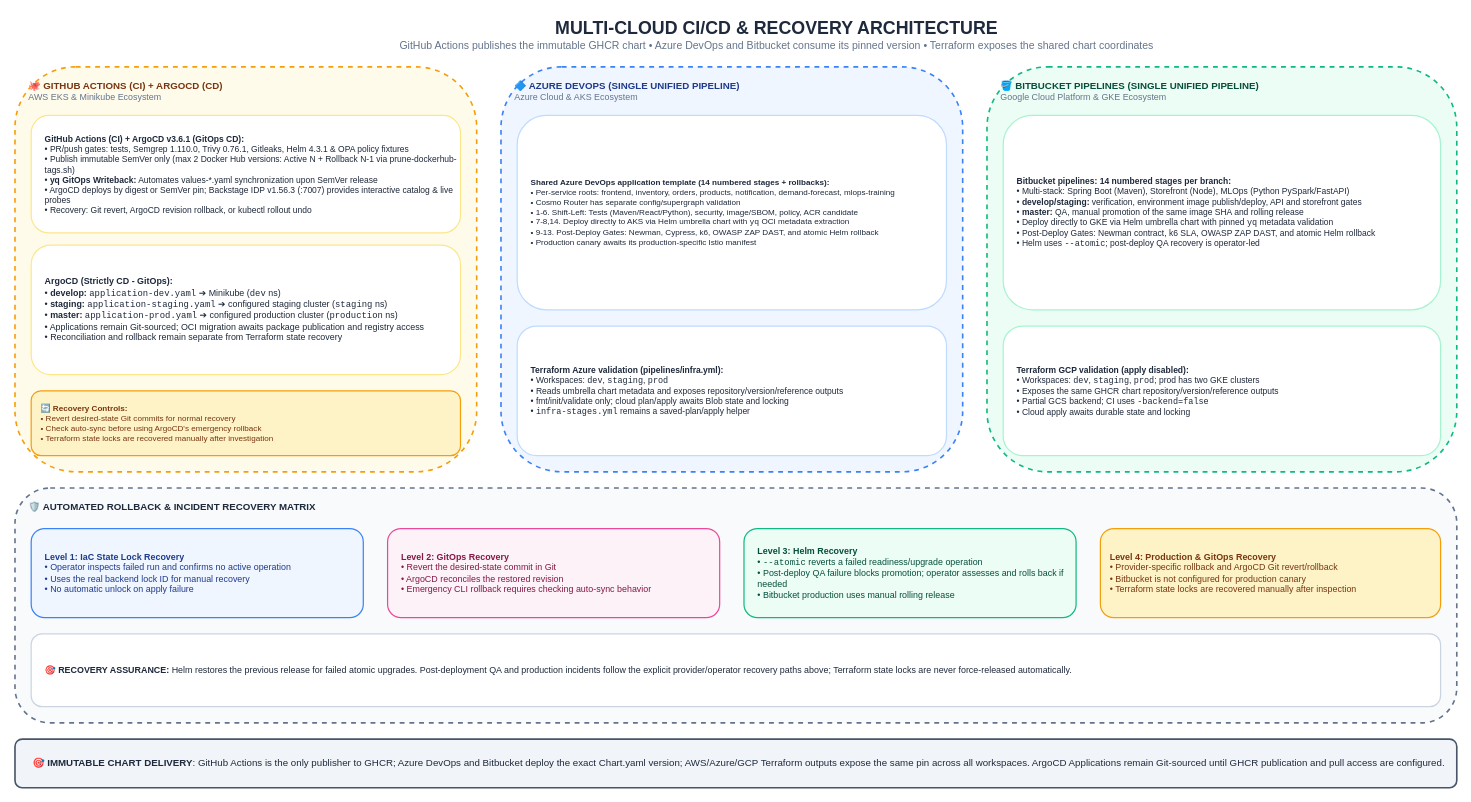
The draw.io diagram page "12. AWS CI/CD (GitHub Actions + ArgoCD) & Recovery" (12 of 20) of docs/Diagrams.drawio in GeorgeGxx/microservices-architecture, before the edit. Source tidied: cells renumbered, new cells numbered last; positions are measured from the earlier drawing's top-left corner, leaving out a move shared by most shapes. Both pictures are drawn from the tidied source at 81%, with x=0, y=0 at pixel (15, 14).
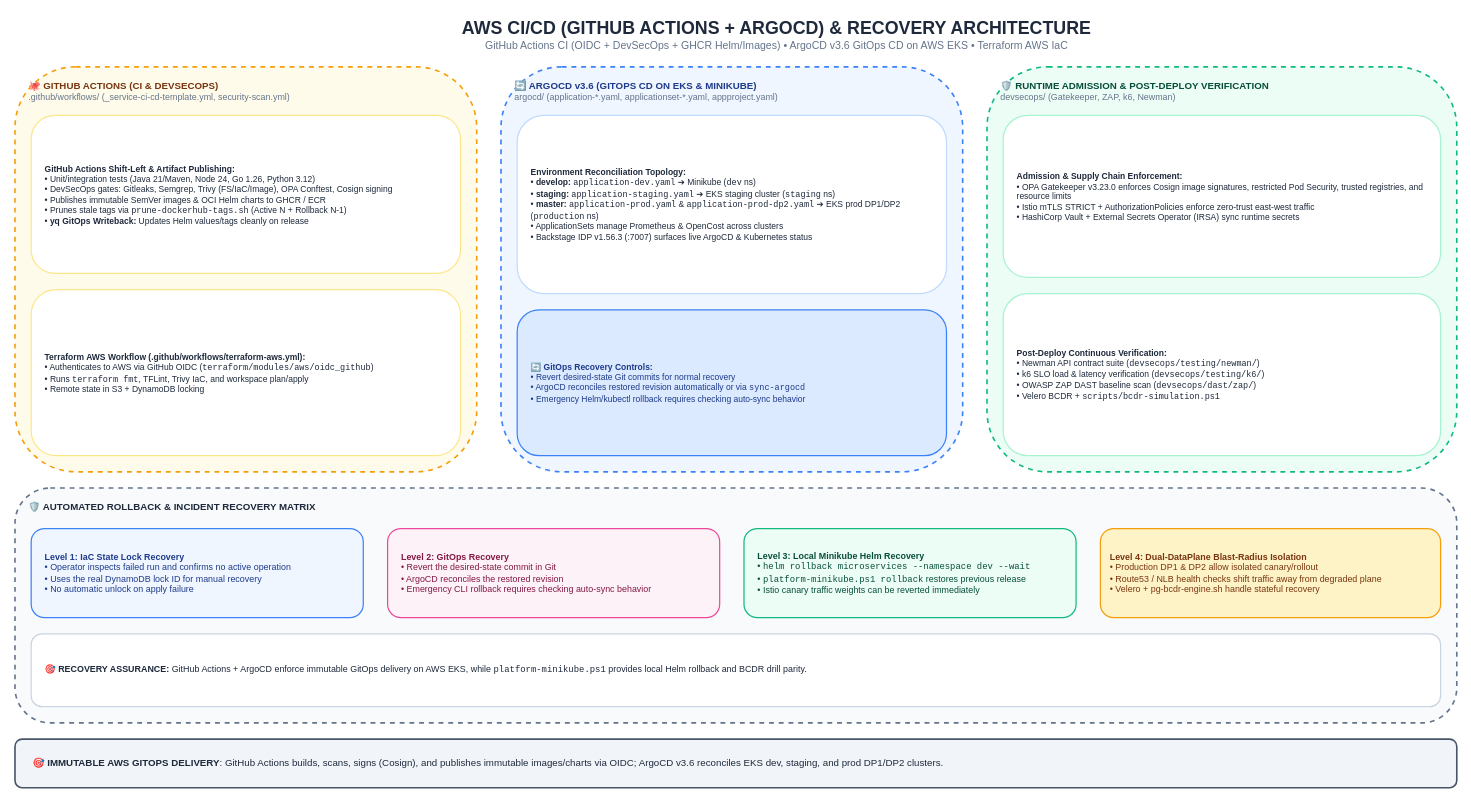
After the change.

Commit message (it also covers changes not shown here):
docs(drawio): sync Diagrams.drawio, README, mkdocs, and AWS cloud docs

Change to the diagram source:
```diff
@@
 <mxGraphModel>
   <root>
     <mxCell id="0" />
     <mxCell id="1" parent="0" />
-    <mxCell id="2" value="&lt;b style='font-size:22px;color:#1E293B;'&gt;MULTI-CLOUD CI/CD &amp; RECOVERY ARCHITECTURE&lt;/b&gt;&lt;br&gt;&lt;span style='font-size:13px;color:#64748B;'&gt;GitHub Actions publishes the immutable GHCR chart • Azure DevOps and Bitbucket consume its pinned version • Terraform exposes the shared chart coordinates&lt;/span&gt;" style="text;html=1;align=center;verticalAlign=middle;rounded=0;" parent="1" vertex="1">
+    <mxCell id="2" value="&lt;b style='font-size:22px;color:#1E293B;'&gt;AWS CI/CD (GITHUB ACTIONS + ARGOCD) &amp;amp; RECOVERY ARCHITECTURE&lt;/b&gt;&lt;br&gt;&lt;span style='font-size:13px;color:#64748B;'&gt;GitHub Actions CI (OIDC + DevSecOps + GHCR Helm/Images) • ArgoCD v3.6 GitOps CD on AWS EKS • Terraform AWS IaC&lt;/span&gt;" style="text;html=1;align=center;verticalAlign=middle;rounded=0;" parent="1" vertex="1">
       <mxGeometry x="240" width="1400" height="50" as="geometry" />
     </mxCell>
-    <mxCell id="3" value="&lt;b&gt;🐙 GITHUB ACTIONS (CI) + ARGOCD (CD)&lt;/b&gt;&lt;br&gt;&lt;span style='font-size:11px;color:#64748B;'&gt;AWS EKS &amp; Minikube Ecosystem&lt;/span&gt;" style="rounded=1;whiteSpace=wrap;html=1;fillColor=#FFFBEB;strokeColor=#F59E0B;strokeWidth=2;verticalAlign=top;align=left;spacingLeft=15;spacingTop=10;fontColor=#78350F;fontSize=12;dashed=1;" parent="1" vertex="1">
+    <mxCell id="3" value="&lt;b&gt;🐙 GITHUB ACTIONS (CI &amp;amp; DEVSECOPS)&lt;/b&gt;&lt;br&gt;&lt;span style='font-size:11px;color:#64748B;'&gt;.github/workflows/ (_service-ci-cd-template.yml, security-scan.yml)&lt;/span&gt;" style="rounded=1;whiteSpace=wrap;html=1;fillColor=#FFFBEB;strokeColor=#F59E0B;strokeWidth=2;verticalAlign=top;align=left;spacingLeft=15;spacingTop=10;fontColor=#78350F;fontSize=12;dashed=1;" parent="1" vertex="1">
       <mxGeometry y="65" width="570" height="500" as="geometry" />
     </mxCell>
-    <mxCell id="4" value="&lt;b&gt;GitHub Actions (CI) + ArgoCD v3.6.1 (GitOps CD):&lt;/b&gt;&lt;br&gt;• PR/push gates: tests, Semgrep 1.110.0, Trivy 0.76.1, Gitleaks, Helm 4.3.1 &amp;amp; OPA policy fixtures&lt;br&gt;• Publish immutable SemVer only (max 2 Docker Hub versions: Active N + Rollback N-1 via prune-dockerhub-tags.sh)&lt;br&gt;• &lt;b&gt;yq GitOps Writeback:&lt;/b&gt; Automates values-*.yaml synchronization upon SemVer release&lt;br&gt;• ArgoCD deploys by digest or SemVer pin; Backstage IDP v1.56.3 (:7007) provides interactive catalog &amp;amp; live probes&lt;br&gt;• Recovery: Git revert, ArgoCD revision rollback, or kubectl rollout undo" style="rounded=1;whiteSpace=wrap;html=1;fillColor=#FFFFFF;strokeColor=#FDE68A;strokeWidth=1.5;fontColor=#1E293B;fontSize=10.5;align=left;spacingLeft=15;" parent="1" vertex="1">
-      <mxGeometry x="20" y="125" width="530" height="145" as="geometry" />
+    <mxCell id="4" value="&lt;b&gt;GitHub Actions Shift-Left &amp;amp; Artifact Publishing:&lt;/b&gt;&lt;br&gt;• Unit/integration tests (Java 21/Maven, Node 24, Go 1.26, Python 3.12)&lt;br&gt;• DevSecOps gates: Gitleaks, Semgrep, Trivy (FS/IaC/Image), OPA Conftest, Cosign signing&lt;br&gt;• Publishes immutable SemVer images &amp;amp; OCI Helm charts to GHCR / ECR&lt;br&gt;• Prunes stale tags via &lt;code&gt;prune-dockerhub-tags.sh&lt;/code&gt; (Active N + Rollback N-1)&lt;br&gt;• &lt;b&gt;yq GitOps Writeback:&lt;/b&gt; Updates Helm values/tags cleanly on release" style="rounded=1;whiteSpace=wrap;html=1;fillColor=#FFFFFF;strokeColor=#FDE68A;strokeWidth=1.5;fontColor=#1E293B;fontSize=10.5;align=left;spacingLeft=15;" parent="1" vertex="1">
+      <mxGeometry x="20" y="125" width="530" height="195" as="geometry" />
     </mxCell>
+    <mxCell id="20" value="&lt;b&gt;Terraform AWS Workflow (.github/workflows/terraform-aws.yml):&lt;/b&gt;&lt;br&gt;• Authenticates to AWS via GitHub OIDC (&lt;code&gt;terraform/modules/aws/oidc_github&lt;/code&gt;)&lt;br&gt;• Runs &lt;code&gt;terraform fmt&lt;/code&gt;, TFLint, Trivy IaC, and workspace plan/apply&lt;br&gt;• Remote state in S3 + DynamoDB locking" style="rounded=1;whiteSpace=wrap;html=1;fillColor=#FFFFFF;strokeColor=#FDE68A;strokeWidth=1.5;fontColor=#1E293B;fontSize=10.5;align=left;spacingLeft=15;" parent="1" vertex="1">
+      <mxGeometry x="20" y="340" width="530" height="205" as="geometry" />
+    </mxCell>
+    <mxCell id="7" value="&lt;b&gt;🔄 ARGOCD v3.6 (GITOPS CD ON EKS &amp;amp; MINIKUBE)&lt;/b&gt;&lt;br&gt;&lt;span style='font-size:11px;color:#64748B;'&gt;argocd/ (application-*.yaml, applicationset-*.yaml, appproject.yaml)&lt;/span&gt;" style="rounded=1;whiteSpace=wrap;html=1;fillColor=#EFF6FF;strokeColor=#3B82F6;strokeWidth=2;verticalAlign=top;align=left;spacingLeft=15;spacingTop=10;fontColor=#1E3A8A;fontSize=12;dashed=1;" parent="1" vertex="1">
+      <mxGeometry x="600" y="65" width="570" height="500" as="geometry" />
+    </mxCell>
-    <mxCell id="5" value="&lt;b&gt;ArgoCD (Strictly CD - GitOps):&lt;/b&gt;&lt;br&gt;• &lt;b&gt;develop:&lt;/b&gt; &lt;code&gt;application-dev.yaml&lt;/code&gt; ➔ Minikube (&lt;code&gt;dev&lt;/code&gt; ns)&lt;br&gt;• &lt;b&gt;staging:&lt;/b&gt; &lt;code&gt;application-staging.yaml&lt;/code&gt; ➔ configured staging cluster (&lt;code&gt;staging&lt;/code&gt; ns)&lt;br&gt;• &lt;b&gt;master:&lt;/b&gt; &lt;code&gt;application-prod.yaml&lt;/code&gt; ➔ configured production cluster (&lt;code&gt;production&lt;/code&gt; ns)&lt;br&gt;• Applications remain Git-sourced; OCI migration awaits package publication and registry access&lt;br&gt;• Reconciliation and rollback remain separate from Terraform state recovery" style="rounded=1;whiteSpace=wrap;html=1;fillColor=#FFFFFF;strokeColor=#FDE68A;strokeWidth=1.5;fontColor=#1E293B;fontSize=11;align=left;spacingLeft=15;" parent="1" vertex="1">
-      <mxGeometry x="20" y="285" width="530" height="160" as="geometry" />
+    <mxCell id="5" value="&lt;b&gt;Environment Reconciliation Topology:&lt;/b&gt;&lt;br&gt;• &lt;b&gt;develop:&lt;/b&gt; &lt;code&gt;application-dev.yaml&lt;/code&gt; ➔ Minikube (&lt;code&gt;dev&lt;/code&gt; ns)&lt;br&gt;• &lt;b&gt;staging:&lt;/b&gt; &lt;code&gt;application-staging.yaml&lt;/code&gt; ➔ EKS staging cluster (&lt;code&gt;staging&lt;/code&gt; ns)&lt;br&gt;• &lt;b&gt;master:&lt;/b&gt; &lt;code&gt;application-prod.yaml&lt;/code&gt; &amp;amp; &lt;code&gt;application-prod-dp2.yaml&lt;/code&gt; ➔ EKS prod DP1/DP2 (&lt;code&gt;production&lt;/code&gt; ns)&lt;br&gt;• ApplicationSets manage Prometheus &amp;amp; OpenCost across clusters&lt;br&gt;• Backstage IDP v1.56.3 (:7007) surfaces live ArgoCD &amp;amp; Kubernetes status" style="rounded=1;whiteSpace=wrap;html=1;fillColor=#FFFFFF;strokeColor=#BFDBFE;strokeWidth=1.5;fontColor=#1E293B;fontSize=10.5;align=left;spacingLeft=15;" parent="1" vertex="1">
+      <mxGeometry x="620" y="125" width="530" height="220" as="geometry" />
     </mxCell>
-    <mxCell id="6" value="&lt;b&gt;🔄 Recovery Controls:&lt;/b&gt;&lt;br&gt;• Revert desired-state Git commits for normal recovery&lt;br&gt;• Check auto-sync before using ArgoCD's emergency rollback&lt;br&gt;• Terraform state locks are recovered manually after investigation" style="rounded=1;whiteSpace=wrap;html=1;fillColor=#FEF3C7;strokeColor=#F59E0B;strokeWidth=1.5;fontColor=#78350F;fontSize=10;align=left;spacingLeft=10;" parent="1" vertex="1">
-      <mxGeometry x="20" y="465" width="530" height="80" as="geometry" />
+    <mxCell id="6" value="&lt;b&gt;🔄 GitOps Recovery Controls:&lt;/b&gt;&lt;br&gt;• Revert desired-state Git commits for normal recovery&lt;br&gt;• ArgoCD reconciles restored revision automatically or via &lt;code&gt;sync-argocd&lt;/code&gt;&lt;br&gt;• Emergency Helm/kubectl rollback requires checking auto-sync behavior" style="rounded=1;whiteSpace=wrap;html=1;fillColor=#DBEAFE;strokeColor=#3B82F6;strokeWidth=1.5;fontColor=#1E3A8A;fontSize=10.5;align=left;spacingLeft=15;" parent="1" vertex="1">
+      <mxGeometry x="620" y="365" width="530" height="180" as="geometry" />
     </mxCell>
-    <mxCell id="7" value="&lt;b&gt;🔷 AZURE DEVOPS (SINGLE UNIFIED PIPELINE)&lt;/b&gt;&lt;br&gt;&lt;span style='font-size:11px;color:#64748B;'&gt;Azure Cloud &amp; AKS Ecosystem&lt;/span&gt;" style="rounded=1;whiteSpace=wrap;html=1;fillColor=#EFF6FF;strokeColor=#3B82F6;strokeWidth=2;verticalAlign=top;align=left;spacingLeft=15;spacingTop=10;fontColor=#1E3A8A;fontSize=12;dashed=1;" parent="1" vertex="1">
-      <mxGeometry x="600" y="65" width="570" height="500" as="geometry" />
-    </mxCell>
-    <mxCell id="8" value="&lt;b&gt;Shared Azure DevOps application template (14 numbered stages + rollbacks):&lt;/b&gt;&lt;br&gt;• Per-service roots: frontend, inventory, orders, products, notification, demand-forecast, mlops-training&lt;br&gt;• Cosmo Router has separate config/supergraph validation&lt;br&gt;• 1-6. Shift-Left: Tests (Maven/React/Python), security, image/SBOM, policy, ACR candidate&lt;br&gt;• 7-8,14. Deploy directly to AKS via Helm umbrella chart with &lt;code&gt;yq&lt;/code&gt; OCI metadata extraction&lt;br&gt;• 9-13. Post-Deploy Gates: Newman, Cypress, k6, OWASP ZAP DAST, and atomic Helm rollback&lt;br&gt;• Production canary awaits its production-specific Istio manifest" style="rounded=1;whiteSpace=wrap;html=1;fillColor=#FFFFFF;strokeColor=#BFDBFE;strokeWidth=1.5;fontColor=#1E293B;fontSize=10;align=left;spacingLeft=15;" parent="1" vertex="1">
-      <mxGeometry x="620" y="125" width="530" height="240" as="geometry" />
-    </mxCell>
-    <mxCell id="9" value="&lt;b&gt;Terraform Azure validation (pipelines/infra.yml):&lt;/b&gt;&lt;br&gt;• Workspaces: &lt;code&gt;dev&lt;/code&gt;, &lt;code&gt;staging&lt;/code&gt;, &lt;code&gt;prod&lt;/code&gt;&lt;br&gt;• Reads umbrella chart metadata and exposes repository/version/reference outputs&lt;br&gt;• fmt/init/validate only; cloud plan/apply awaits Blob state and locking&lt;br&gt;• &lt;code&gt;infra-stages.yml&lt;/code&gt; remains a saved-plan/apply helper" style="rounded=1;whiteSpace=wrap;html=1;fillColor=#FFFFFF;strokeColor=#BFDBFE;strokeWidth=1.5;fontColor=#1E293B;fontSize=10.5;align=left;spacingLeft=15;" parent="1" vertex="1">
-      <mxGeometry x="620" y="385" width="530" height="160" as="geometry" />
-    </mxCell>
-    <mxCell id="10" value="&lt;b&gt;🪣 BITBUCKET PIPELINES (SINGLE UNIFIED PIPELINE)&lt;/b&gt;&lt;br&gt;&lt;span style='font-size:11px;color:#64748B;'&gt;Google Cloud Platform &amp; GKE Ecosystem&lt;/span&gt;" style="rounded=1;whiteSpace=wrap;html=1;fillColor=#ECFDF5;strokeColor=#10B981;strokeWidth=2;verticalAlign=top;align=left;spacingLeft=15;spacingTop=10;fontColor=#064E3B;fontSize=12;dashed=1;" parent="1" vertex="1">
+    <mxCell id="10" value="&lt;b&gt;🛡️ RUNTIME ADMISSION &amp;amp; POST-DEPLOY VERIFICATION&lt;/b&gt;&lt;br&gt;&lt;span style='font-size:11px;color:#64748B;'&gt;devsecops/ (Gatekeeper, ZAP, k6, Newman)&lt;/span&gt;" style="rounded=1;whiteSpace=wrap;html=1;fillColor=#ECFDF5;strokeColor=#10B981;strokeWidth=2;verticalAlign=top;align=left;spacingLeft=15;spacingTop=10;fontColor=#064E3B;fontSize=12;dashed=1;" parent="1" vertex="1">
       <mxGeometry x="1200" y="65" width="580" height="500" as="geometry" />
     </mxCell>
-    <mxCell id="11" value="&lt;b&gt;Bitbucket pipelines: 14 numbered stages per branch:&lt;/b&gt;&lt;br&gt;• Multi-stack: Spring Boot (Maven), Storefront (Node), MLOps (Python PySpark/FastAPI)&lt;br&gt;• &lt;b&gt;develop/staging:&lt;/b&gt; verification, environment image publish/deploy, API and storefront gates&lt;br&gt;• &lt;b&gt;master:&lt;/b&gt; QA, manual promotion of the same image SHA and rolling release&lt;br&gt;• Deploy directly to GKE via Helm umbrella chart with pinned &lt;code&gt;yq&lt;/code&gt; metadata validation&lt;br&gt;• Post-Deploy Gates: Newman contract, k6 SLA, OWASP ZAP DAST, and atomic Helm rollback&lt;br&gt;• Helm uses &lt;code&gt;--atomic&lt;/code&gt;; post-deploy QA recovery is operator-led" style="rounded=1;whiteSpace=wrap;html=1;fillColor=#FFFFFF;strokeColor=#A7F3D0;strokeWidth=1.5;fontColor=#1E293B;fontSize=10.5;align=left;spacingLeft=15;" parent="1" vertex="1">
-      <mxGeometry x="1220" y="125" width="540" height="240" as="geometry" />
+    <mxCell id="11" value="&lt;b&gt;Admission &amp;amp; Supply Chain Enforcement:&lt;/b&gt;&lt;br&gt;• OPA Gatekeeper v3.23.0 enforces Cosign image signatures, restricted Pod Security, trusted registries, and resource limits&lt;br&gt;• Istio mTLS STRICT + AuthorizationPolicies enforce zero-trust east-west traffic&lt;br&gt;• HashiCorp Vault + External Secrets Operator (IRSA) sync runtime secrets" style="rounded=1;whiteSpace=wrap;html=1;fillColor=#FFFFFF;strokeColor=#A7F3D0;strokeWidth=1.5;fontColor=#1E293B;fontSize=10.5;align=left;spacingLeft=15;" parent="1" vertex="1">
+      <mxGeometry x="1220" y="125" width="540" height="200" as="geometry" />
     </mxCell>
-    <mxCell id="12" value="&lt;b&gt;Terraform GCP validation (apply disabled):&lt;/b&gt;&lt;br&gt;• Workspaces: &lt;code&gt;dev&lt;/code&gt;, &lt;code&gt;staging&lt;/code&gt;, &lt;code&gt;prod&lt;/code&gt;; prod has two GKE clusters&lt;br&gt;• Exposes the same GHCR chart repository/version/reference outputs&lt;br&gt;• Partial GCS backend; CI uses &lt;code&gt;-backend=false&lt;/code&gt;&lt;br&gt;• Cloud apply awaits durable state and locking" style="rounded=1;whiteSpace=wrap;html=1;fillColor=#FFFFFF;strokeColor=#A7F3D0;strokeWidth=1.5;fontColor=#1E293B;fontSize=10.5;align=left;spacingLeft=15;" parent="1" vertex="1">
-      <mxGeometry x="1220" y="385" width="540" height="160" as="geometry" />
+    <mxCell id="12" value="&lt;b&gt;Post-Deploy Continuous Verification:&lt;/b&gt;&lt;br&gt;• Newman API contract suite (&lt;code&gt;devsecops/testing/newman/&lt;/code&gt;)&lt;br&gt;• k6 SLO load &amp;amp; latency verification (&lt;code&gt;devsecops/testing/k6/&lt;/code&gt;)&lt;br&gt;• OWASP ZAP DAST baseline scan (&lt;code&gt;devsecops/dast/zap/&lt;/code&gt;)&lt;br&gt;• Velero BCDR + &lt;code&gt;scripts/bcdr-simulation.ps1&lt;/code&gt;" style="rounded=1;whiteSpace=wrap;html=1;fillColor=#FFFFFF;strokeColor=#A7F3D0;strokeWidth=1.5;fontColor=#1E293B;fontSize=10.5;align=left;spacingLeft=15;" parent="1" vertex="1">
+      <mxGeometry x="1220" y="345" width="540" height="200" as="geometry" />
     </mxCell>
     <mxCell id="13" value="&lt;b&gt;🛡️ AUTOMATED ROLLBACK &amp; INCIDENT RECOVERY MATRIX&lt;/b&gt;" style="rounded=1;whiteSpace=wrap;html=1;fillColor=#F8FAFC;strokeColor=#64748B;strokeWidth=2;verticalAlign=top;align=left;spacingLeft=15;spacingTop=10;fontColor=#1E293B;fontSize=12;dashed=1;" parent="1" vertex="1">
       <mxGeometry y="585" width="1780" height="290" as="geometry" />
     </mxCell>
-    <mxCell id="14" value="&lt;b&gt;Level 1: IaC State Lock Recovery&lt;/b&gt;&lt;br&gt;• Operator inspects failed run and confirms no active operation&lt;br&gt;• Uses the real backend lock ID for manual recovery&lt;br&gt;• No automatic unlock on apply failure" style="rounded=1;whiteSpace=wrap;html=1;fillColor=#EFF6FF;strokeColor=#3B82F6;strokeWidth=1.5;fontColor=#1E3A8A;fontSize=11;align=left;spacingLeft=15;" parent="1" vertex="1">
+    <mxCell id="14" value="&lt;b&gt;Level 1: IaC State Lock Recovery&lt;/b&gt;&lt;br&gt;• Operator inspects failed run and confirms no active operation&lt;br&gt;• Uses the real DynamoDB lock ID for manual recovery&lt;br&gt;• No automatic unlock on apply failure" style="rounded=1;whiteSpace=wrap;html=1;fillColor=#EFF6FF;strokeColor=#3B82F6;strokeWidth=1.5;fontColor=#1E3A8A;fontSize=11;align=left;spacingLeft=15;" parent="1" vertex="1">
       <mxGeometry x="20" y="635" width="410" height="110" as="geometry" />
     </mxCell>
     <mxCell id="15" value="&lt;b&gt;Level 2: GitOps Recovery&lt;/b&gt;&lt;br&gt;• Revert the desired-state commit in Git&lt;br&gt;• ArgoCD reconciles the restored revision&lt;br&gt;• Emergency CLI rollback requires checking auto-sync behavior" style="rounded=1;whiteSpace=wrap;html=1;fillColor=#FDF2F8;strokeColor=#EC4899;strokeWidth=1.5;fontColor=#831843;fontSize=11;align=left;spacingLeft=15;" parent="1" vertex="1">
       <mxGeometry x="460" y="635" width="410" height="110" as="geometry" />
     </mxCell>
-    <mxCell id="16" value="&lt;b&gt;Level 3: Helm Recovery&lt;/b&gt;&lt;br&gt;• &lt;code&gt;--atomic&lt;/code&gt; reverts a failed readiness/upgrade operation&lt;br&gt;• Post-deploy QA failure blocks promotion; operator assesses and rolls back if needed&lt;br&gt;• Bitbucket production uses manual rolling release" style="rounded=1;whiteSpace=wrap;html=1;fillColor=#ECFDF5;strokeColor=#10B981;strokeWidth=1.5;fontColor=#064E3B;fontSize=11;align=left;spacingLeft=15;" parent="1" vertex="1">
+    <mxCell id="16" value="&lt;b&gt;Level 3: Local Minikube Helm Recovery&lt;/b&gt;&lt;br&gt;• &lt;code&gt;helm rollback microservices --namespace dev --wait&lt;/code&gt;&lt;br&gt;• &lt;code&gt;platform-minikube.ps1 rollback&lt;/code&gt; restores previous release&lt;br&gt;• Istio canary traffic weights can be reverted immediately" style="rounded=1;whiteSpace=wrap;html=1;fillColor=#ECFDF5;strokeColor=#10B981;strokeWidth=1.5;fontColor=#064E3B;fontSize=11;align=left;spacingLeft=15;" parent="1" vertex="1">
       <mxGeometry x="900" y="635" width="410" height="110" as="geometry" />
     </mxCell>
-    <mxCell id="17" value="&lt;b&gt;Level 4: Production &amp; GitOps Recovery&lt;/b&gt;&lt;br&gt;• Provider-specific rollback and ArgoCD Git revert/rollback&lt;br&gt;• Bitbucket is not configured for production canary&lt;br&gt;• Terraform state locks are recovered manually after inspection" style="rounded=1;whiteSpace=wrap;html=1;fillColor=#FEF3C7;strokeColor=#F59E0B;strokeWidth=1.5;fontColor=#78350F;fontSize=11;align=left;spacingLeft=10;" parent="1" vertex="1">
+    <mxCell id="17" value="&lt;b&gt;Level 4: Dual-DataPlane Blast-Radius Isolation&lt;/b&gt;&lt;br&gt;• Production DP1 &amp;amp; DP2 allow isolated canary/rollout&lt;br&gt;• Route53 / NLB health checks shift traffic away from degraded plane&lt;br&gt;• Velero + pg-bcdr-engine.sh handle stateful recovery" style="rounded=1;whiteSpace=wrap;html=1;fillColor=#FEF3C7;strokeColor=#F59E0B;strokeWidth=1.5;fontColor=#78350F;fontSize=11;align=left;spacingLeft=10;" parent="1" vertex="1">
       <mxGeometry x="1340" y="635" width="420" height="110" as="geometry" />
     </mxCell>
-    <mxCell id="18" value="&lt;b&gt;🎯 RECOVERY ASSURANCE:&lt;/b&gt; Helm restores the previous release for failed atomic upgrades. Post-deployment QA and production incidents follow the explicit provider/operator recovery paths above; Terraform state locks are never force-released automatically." style="rounded=1;whiteSpace=wrap;html=1;fillColor=#FFFFFF;strokeColor=#CBD5E1;strokeWidth=1.5;fontColor=#1E293B;fontSize=11;align=left;spacingLeft=15;" parent="1" vertex="1">
+    <mxCell id="18" value="&lt;b&gt;🎯 RECOVERY ASSURANCE:&lt;/b&gt; GitHub Actions + ArgoCD enforce immutable GitOps delivery on AWS EKS, while &lt;code&gt;platform-minikube.ps1&lt;/code&gt; provides local Helm rollback and BCDR drill parity." style="rounded=1;whiteSpace=wrap;html=1;fillColor=#FFFFFF;strokeColor=#CBD5E1;strokeWidth=1.5;fontColor=#1E293B;fontSize=11;align=left;spacingLeft=15;" parent="1" vertex="1">
       <mxGeometry x="20" y="765" width="1740" height="90" as="geometry" />
     </mxCell>
-    <mxCell id="19" value="&lt;b&gt;🎯 IMMUTABLE CHART DELIVERY&lt;/b&gt;: GitHub Actions is the only publisher to GHCR; Azure DevOps and Bitbucket deploy the exact Chart.yaml version; AWS/Azure/GCP Terraform outputs expose the same pin across all workspaces. ArgoCD Applications remain Git-sourced until GHCR publication and pull access are configured." style="rounded=1;whiteSpace=wrap;html=1;fillColor=#F1F5F9;strokeColor=#475569;strokeWidth=2;fontColor=#1E293B;fontSize=12;align=left;spacingLeft=20;" parent="1" vertex="1">
+    <mxCell id="19" value="&lt;b&gt;🎯 IMMUTABLE AWS GITOPS DELIVERY&lt;/b&gt;: GitHub Actions builds, scans, signs (Cosign), and publishes immutable images/charts via OIDC; ArgoCD v3.6 reconciles EKS dev, staging, and prod DP1/DP2 clusters." style="rounded=1;whiteSpace=wrap;html=1;fillColor=#F1F5F9;strokeColor=#475569;strokeWidth=2;fontColor=#1E293B;fontSize=12;align=left;spacingLeft=20;" parent="1" vertex="1">
       <mxGeometry y="895" width="1780" height="60" as="geometry" />
     </mxCell>
   </root>
 </mxGraphModel>
```
